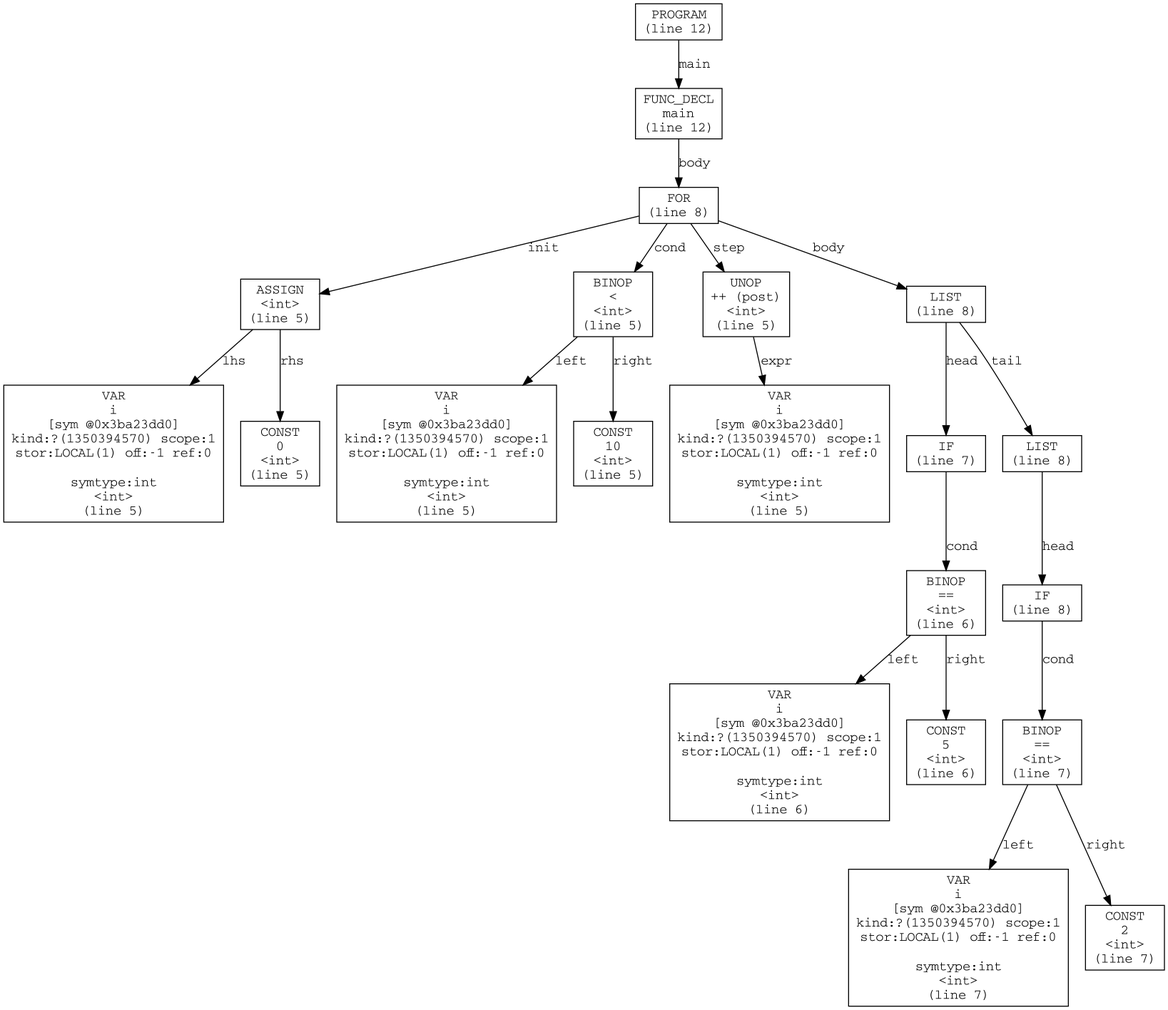
Before: syntaxExtreme/ast.png, a diagram exported from Graphviz (kalamakis/Cpp-compiler). Its source is kept beside it as syntaxExtreme/ast.dot. Source of this version:
```dot
digraph AST {
  node [shape=box, fontname="Courier"];
  edge [fontname="Courier"];
  n0 [label="PROGRAM\n(line 12)"];
  n1 [label="FUNC_DECL\nmain\n(line 12)"];
  n2 [label="FOR\n(line 8)"];
  n3 [label="ASSIGN\n<int>\n(line 5)"];
  n4 [label="VAR\ni\n[sym @0x3ba23dd0]\nkind:?(1350394570) scope:1\nstor:LOCAL(1) off:-1 ref:0\n\nsymtype:int\n<int>\n(line 5)"];
  n3 -> n4 [label="lhs"];
  n5 [label="CONST\n0\n<int>\n(line 5)"];
  n3 -> n5 [label="rhs"];
  n2 -> n3 [label="init"];
  n6 [label="BINOP\n<\n<int>\n(line 5)"];
  n7 [label="VAR\ni\n[sym @0x3ba23dd0]\nkind:?(1350394570) scope:1\nstor:LOCAL(1) off:-1 ref:0\n\nsymtype:int\n<int>\n(line 5)"];
  n6 -> n7 [label="left"];
  n8 [label="CONST\n10\n<int>\n(line 5)"];
  n6 -> n8 [label="right"];
  n2 -> n6 [label="cond"];
  n9 [label="UNOP\n++ (post)\n<int>\n(line 5)"];
  n10 [label="VAR\ni\n[sym @0x3ba23dd0]\nkind:?(1350394570) scope:1\nstor:LOCAL(1) off:-1 ref:0\n\nsymtype:int\n<int>\n(line 5)"];
  n9 -> n10 [label="expr"];
  n2 -> n9 [label="step"];
  n11 [label="LIST\n(line 8)"];
  n12 [label="IF\n(line 7)"];
  n13 [label="BINOP\n==\n<int>\n(line 6)"];
  n14 [label="VAR\ni\n[sym @0x3ba23dd0]\nkind:?(1350394570) scope:1\nstor:LOCAL(1) off:-1 ref:0\n\nsymtype:int\n<int>\n(line 6)"];
  n13 -> n14 [label="left"];
  n15 [label="CONST\n5\n<int>\n(line 6)"];
  n13 -> n15 [label="right"];
  n12 -> n13 [label="cond"];
  n11 -> n12 [label="head"];
  n16 [label="LIST\n(line 8)"];
  n17 [label="IF\n(line 8)"];
  n18 [label="BINOP\n==\n<int>\n(line 7)"];
  n19 [label="VAR\ni\n[sym @0x3ba23dd0]\nkind:?(1350394570) scope:1\nstor:LOCAL(1) off:-1 ref:0\n\nsymtype:int\n<int>\n(line 7)"];
  n18 -> n19 [label="left"];
  n20 [label="CONST\n2\n<int>\n(line 7)"];
  n18 -> n20 [label="right"];
  n17 -> n18 [label="cond"];
  n16 -> n17 [label="head"];
  n11 -> n16 [label="tail"];
  n2 -> n11 [label="body"];
  n1 -> n2 [label="body"];
  n0 -> n1 [label="main"];
}
```
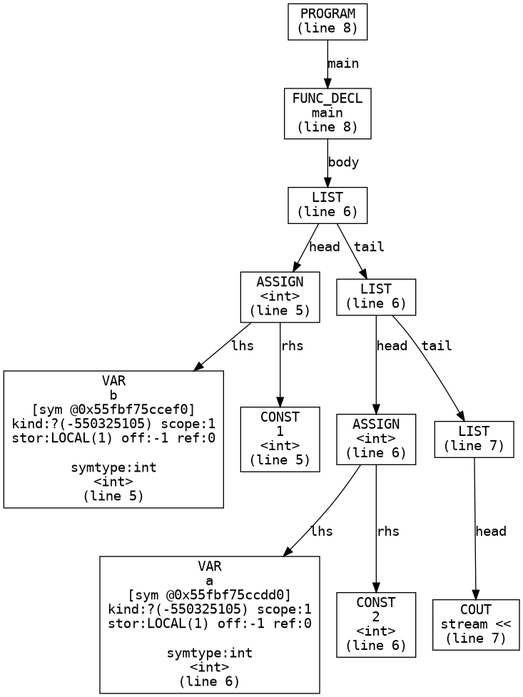
After the change.

What changed in the source:
```diff
@@ -1,45 +1,27 @@
 digraph AST {
   node [shape=box, fontname="Courier"];
   edge [fontname="Courier"];
-  n0 [label="PROGRAM\n(line 12)"];
-  n1 [label="FUNC_DECL\nmain\n(line 12)"];
-  n2 [label="FOR\n(line 8)"];
+  n0 [label="PROGRAM\n(line 8)"];
+  n1 [label="FUNC_DECL\nmain\n(line 8)"];
+  n2 [label="LIST\n(line 6)"];
   n3 [label="ASSIGN\n<int>\n(line 5)"];
-  n4 [label="VAR\ni\n[sym @0x3ba23dd0]\nkind:?(1350394570) scope:1\nstor:LOCAL(1) off:-1 ref:0\n\nsymtype:int\n<int>\n(line 5)"];
+  n4 [label="VAR\nb\n[sym @0x55fbf75ccef0]\nkind:?(-550325105) scope:1\nstor:LOCAL(1) off:-1 ref:0\n\nsymtype:int\n<int>\n(line 5)"];
   n3 -> n4 [label="lhs"];
-  n5 [label="CONST\n0\n<int>\n(line 5)"];
+  n5 [label="CONST\n1\n<int>\n(line 5)"];
   n3 -> n5 [label="rhs"];
-  n2 -> n3 [label="init"];
-  n6 [label="BINOP\n<\n<int>\n(line 5)"];
-  n7 [label="VAR\ni\n[sym @0x3ba23dd0]\nkind:?(1350394570) scope:1\nstor:LOCAL(1) off:-1 ref:0\n\nsymtype:int\n<int>\n(line 5)"];
-  n6 -> n7 [label="left"];
-  n8 [label="CONST\n10\n<int>\n(line 5)"];
-  n6 -> n8 [label="right"];
-  n2 -> n6 [label="cond"];
-  n9 [label="UNOP\n++ (post)\n<int>\n(line 5)"];
-  n10 [label="VAR\ni\n[sym @0x3ba23dd0]\nkind:?(1350394570) scope:1\nstor:LOCAL(1) off:-1 ref:0\n\nsymtype:int\n<int>\n(line 5)"];
-  n9 -> n10 [label="expr"];
-  n2 -> n9 [label="step"];
-  n11 [label="LIST\n(line 8)"];
-  n12 [label="IF\n(line 7)"];
-  n13 [label="BINOP\n==\n<int>\n(line 6)"];
-  n14 [label="VAR\ni\n[sym @0x3ba23dd0]\nkind:?(1350394570) scope:1\nstor:LOCAL(1) off:-1 ref:0\n\nsymtype:int\n<int>\n(line 6)"];
-  n13 -> n14 [label="left"];
-  n15 [label="CONST\n5\n<int>\n(line 6)"];
-  n13 -> n15 [label="right"];
-  n12 -> n13 [label="cond"];
-  n11 -> n12 [label="head"];
-  n16 [label="LIST\n(line 8)"];
-  n17 [label="IF\n(line 8)"];
-  n18 [label="BINOP\n==\n<int>\n(line 7)"];
-  n19 [label="VAR\ni\n[sym @0x3ba23dd0]\nkind:?(1350394570) scope:1\nstor:LOCAL(1) off:-1 ref:0\n\nsymtype:int\n<int>\n(line 7)"];
-  n18 -> n19 [label="left"];
-  n20 [label="CONST\n2\n<int>\n(line 7)"];
-  n18 -> n20 [label="right"];
-  n17 -> n18 [label="cond"];
-  n16 -> n17 [label="head"];
-  n11 -> n16 [label="tail"];
-  n2 -> n11 [label="body"];
+  n2 -> n3 [label="head"];
+  n6 [label="LIST\n(line 6)"];
+  n7 [label="ASSIGN\n<int>\n(line 6)"];
+  n8 [label="VAR\na\n[sym @0x55fbf75ccdd0]\nkind:?(-550325105) scope:1\nstor:LOCAL(1) off:-1 ref:0\n\nsymtype:int\n<int>\n(line 6)"];
+  n7 -> n8 [label="lhs"];
+  n9 [label="CONST\n2\n<int>\n(line 6)"];
+  n7 -> n9 [label="rhs"];
+  n6 -> n7 [label="head"];
+  n10 [label="LIST\n(line 7)"];
+  n11 [label="COUT\nstream <<\n(line 7)"];
+  n10 -> n11 [label="head"];
+  n6 -> n10 [label="tail"];
+  n2 -> n6 [label="tail"];
   n1 -> n2 [label="body"];
   n0 -> n1 [label="main"];
 }
```
